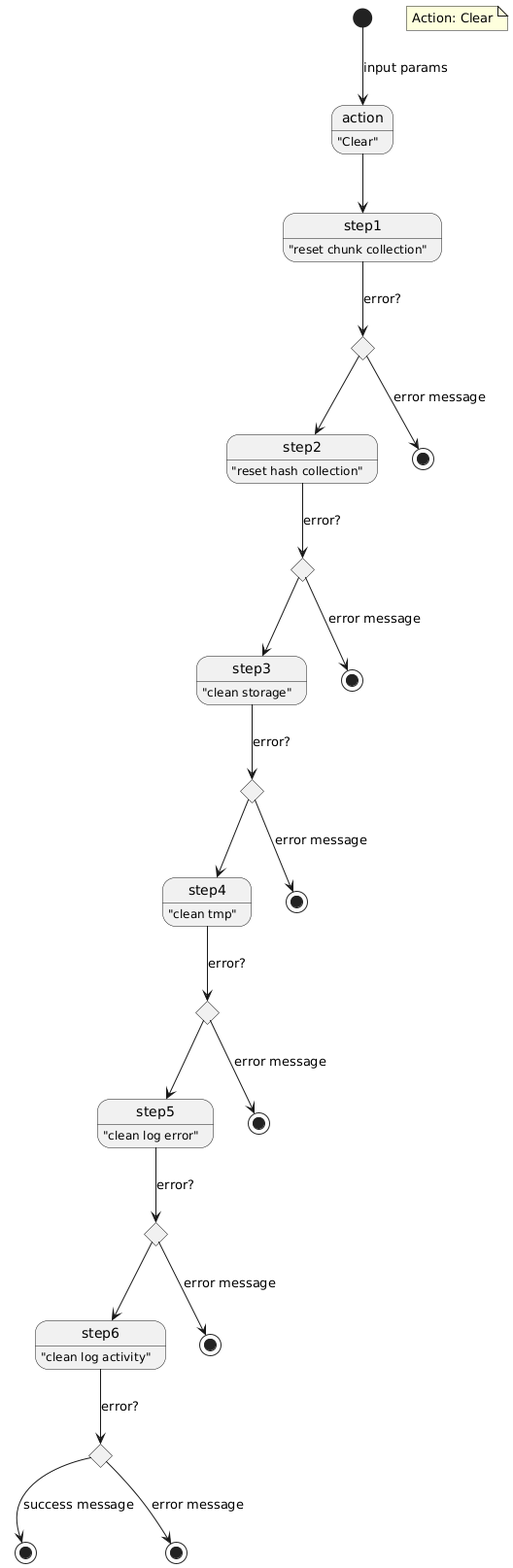
psaraiva/lab-go-chunk keeps this PlantUML diagram as out_application/doc/state-action-clear.png. Above is the earlier version.
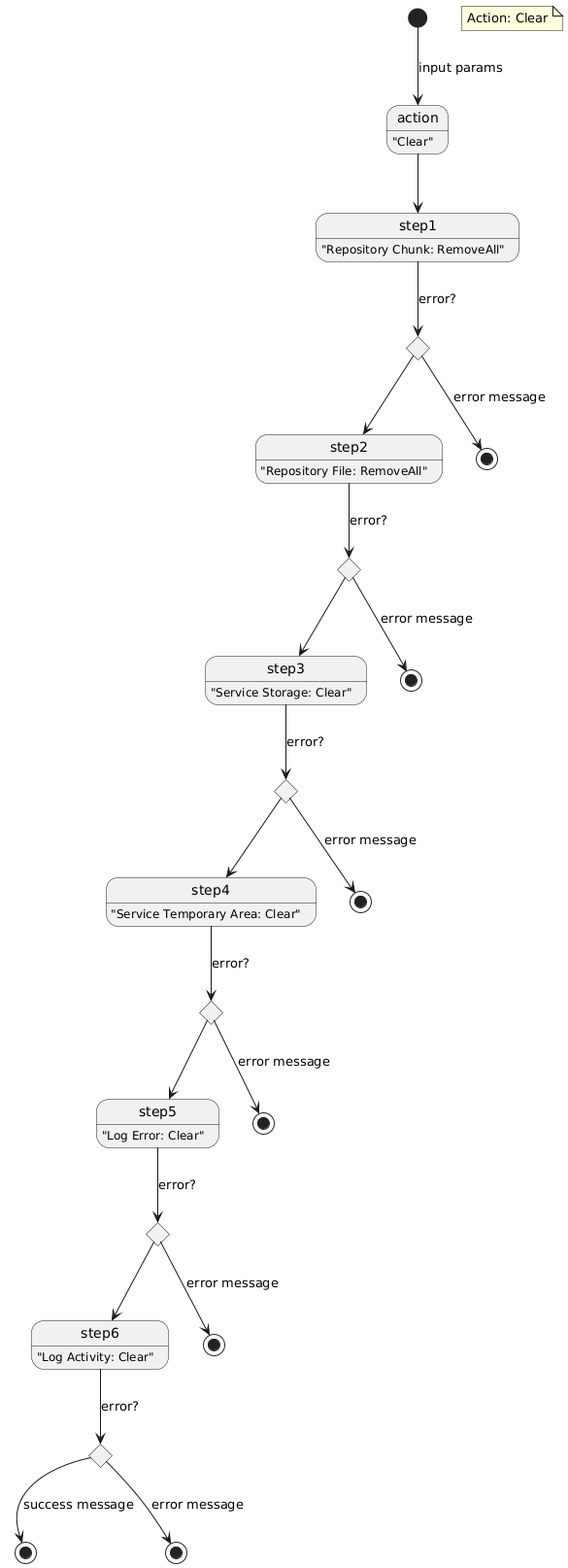
Above is the later version.

Diff of the diagram source:
```diff
@@ -1,12 +1,12 @@
 @startuml
 state action : "Clear"
-state "step1" as s1: "reset chunk collection"
+state "step1" as s1: "Repository Chunk: RemoveAll"
 note "Action: Clear" as n1
-state "step2" as s2: "reset hash collection"
-state "step3" as s3: "clean storage"
-state "step4" as s4: "clean tmp"
-state "step5" as s5: "clean log error"
-state "step6" as s6: "clean log activity"
+state "step2" as s2: "Repository File: RemoveAll"
+state "step3" as s3: "Service Storage: Clear"
+state "step4" as s4: "Service Temporary Area: Clear"
+state "step5" as s5: "Log Error: Clear"
+state "step6" as s6: "Log Activity: Clear"
 state "end" as e0 <<end>>
 state "end" as e1 <<end>>
 state "end" as e2 <<end>>
```
